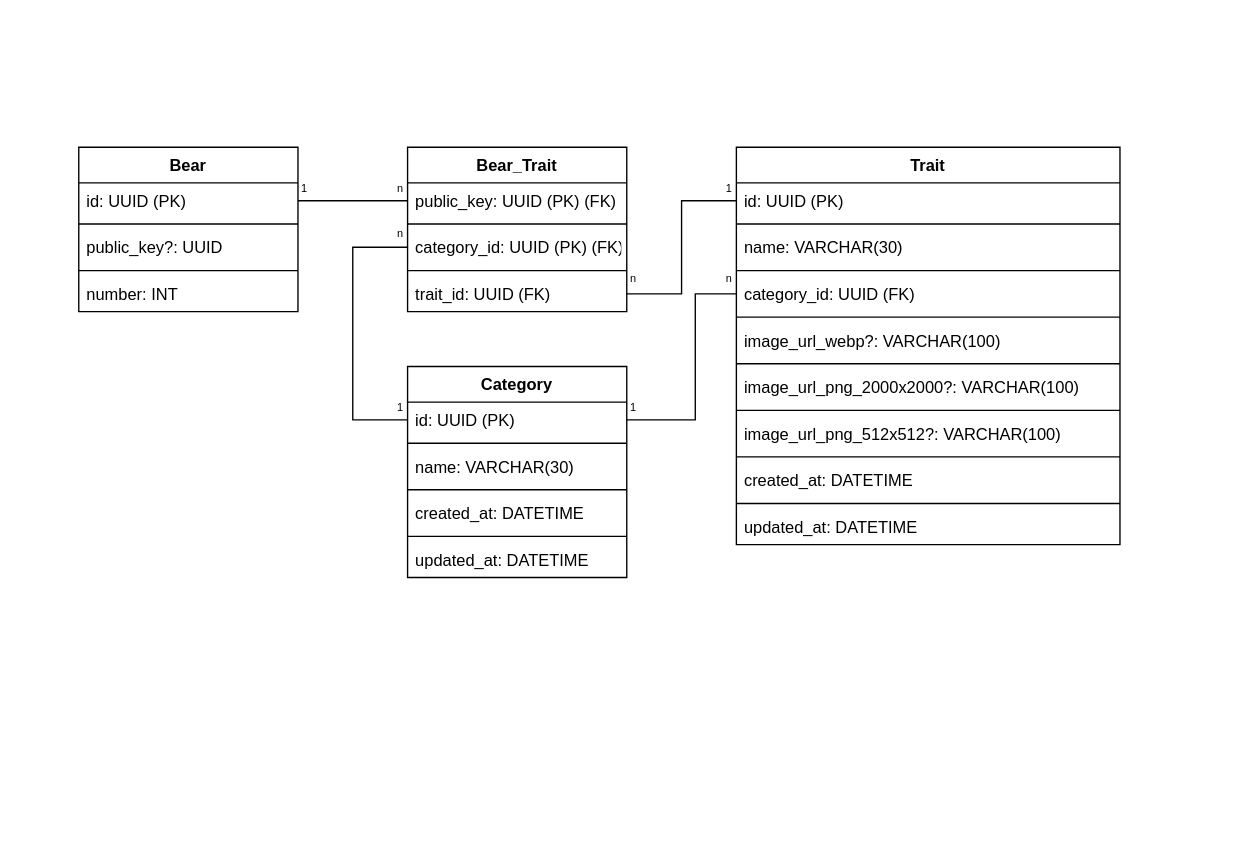
Before: page "Page-1" (1 of 2) of resources/database/uml_er_diagram.drawio in okbcommunity/dressing-room-backend, a draw.io diagram. Source tidied: cells renumbered, new cells numbered last; positions are measured from the earlier drawing's top-left corner, leaving out a move shared by most shapes. Both pictures are drawn from the tidied source at 137%, with x=0, y=0 at pixel (78, 147).
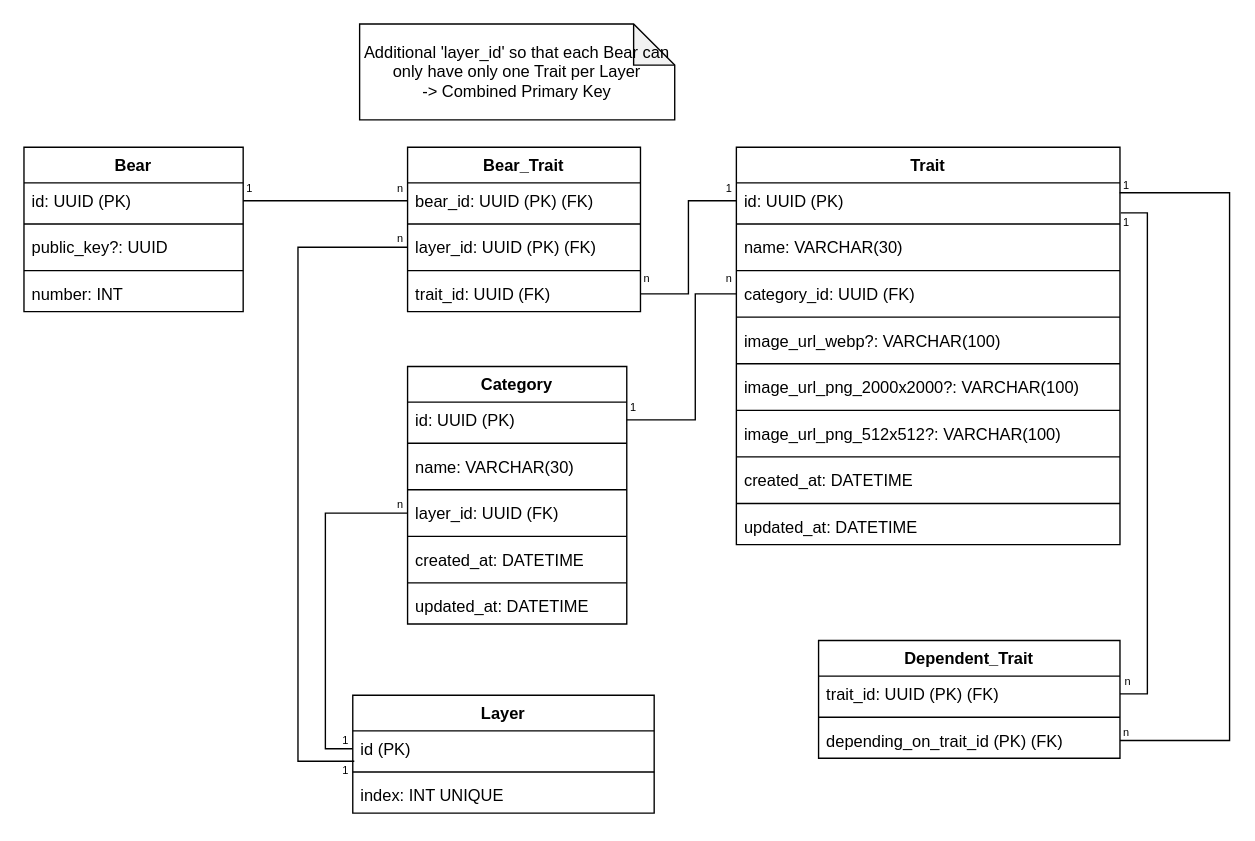
Above is the later version.

The change refers to these unchanged cells:
```xml
<mxCell id="9" value="id: UUID (PK)" style="text;strokeColor=none;fillColor=none;align=left;verticalAlign=top;spacingLeft=4;spacingRight=4;overflow=hidden;points=[[0,0.5],[1,0.5]];portConstraint=eastwest;" parent="8" vertex="1">
  <mxGeometry y="26" width="280" height="26" as="geometry" />
</mxCell>
<mxCell id="25" value="id: UUID (PK)" style="text;strokeColor=none;fillColor=none;align=left;verticalAlign=top;spacingLeft=4;spacingRight=4;overflow=hidden;points=[[0,0.5],[1,0.5]];portConstraint=eastwest;" parent="24" vertex="1">
  <mxGeometry y="26" width="160" height="26" as="geometry" />
</mxCell>
```

Diff of the diagram source:
```diff
@@
     <mxCell id="2" value="Bear" style="swimlane;fontStyle=1;align=center;verticalAlign=top;horizontal=1;startSize=26;" parent="1" vertex="1">
-      <mxGeometry width="160" height="120" as="geometry" />
+      <mxGeometry x="-40" width="160" height="120" as="geometry" />
     </mxCell>
@@
     <mxCell id="24" value="Category" style="swimlane;fontStyle=1;align=center;verticalAlign=top;horizontal=1;startSize=26;" parent="1" vertex="1">
-      <mxGeometry x="240" y="160" width="160" height="154" as="geometry" />
+      <mxGeometry x="240" y="160" width="160" height="188" as="geometry" />
     </mxCell>
@@
+    <mxCell id="50" value="layer_id: UUID (FK)" style="text;strokeColor=none;fillColor=none;align=left;verticalAlign=top;spacingLeft=4;spacingRight=4;overflow=hidden;points=[[0,0.5],[1,0.5]];portConstraint=eastwest;" parent="24" vertex="1">
+      <mxGeometry y="94" width="160" height="26" as="geometry" />
+    </mxCell>
+    <mxCell id="51" style="line;strokeWidth=1;fillColor=none;align=left;verticalAlign=middle;spacingTop=-1;spacingLeft=3;spacingRight=3;labelPosition=right;strokeColor=inherit;" parent="24" vertex="1">
+      <mxGeometry y="120" width="160" height="8" as="geometry" />
+    </mxCell>
     <mxCell id="29" value="created_at: DATETIME" style="text;strokeColor=none;fillColor=none;align=left;verticalAlign=top;spacingLeft=4;spacingRight=4;overflow=hidden;" parent="24" vertex="1">
-      <mxGeometry y="94" width="160" height="26" as="geometry" />
+      <mxGeometry y="128" width="160" height="26" as="geometry" />
     </mxCell>
     <mxCell id="30" style="line;strokeWidth=1;fillColor=none;align=left;verticalAlign=middle;spacingTop=-1;spacingLeft=3;spacingRight=3;labelPosition=right;strokeColor=inherit;" parent="24" vertex="1">
-      <mxGeometry y="120" width="160" height="8" as="geometry" />
+      <mxGeometry y="154" width="160" height="8" as="geometry" />
     </mxCell>
     <mxCell id="31" value="updated_at: DATETIME" style="text;strokeColor=none;fillColor=none;align=left;verticalAlign=top;spacingLeft=4;spacingRight=4;overflow=hidden;" parent="24" vertex="1">
-      <mxGeometry y="128" width="160" height="26" as="geometry" />
+      <mxGeometry y="162" width="160" height="26" as="geometry" />
     </mxCell>
     <mxCell id="32" value="Bear_Trait" style="swimlane;fontStyle=1;align=center;verticalAlign=top;horizontal=1;startSize=26;" parent="1" vertex="1">
-      <mxGeometry x="240" width="160" height="120" as="geometry" />
+      <mxGeometry x="240" width="170" height="120" as="geometry" />
     </mxCell>
-    <mxCell id="33" value="public_key: UUID (PK) (FK)" style="text;strokeColor=none;fillColor=none;align=left;verticalAlign=top;spacingLeft=4;spacingRight=4;overflow=hidden;points=[[0,0.5],[1,0.5]];portConstraint=eastwest;" parent="32" vertex="1">
-      <mxGeometry y="26" width="160" height="26" as="geometry" />
+    <mxCell id="33" value="bear_id: UUID (PK) (FK)" style="text;strokeColor=none;fillColor=none;align=left;verticalAlign=top;spacingLeft=4;spacingRight=4;overflow=hidden;points=[[0,0.5],[1,0.5]];portConstraint=eastwest;" parent="32" vertex="1">
+      <mxGeometry y="26" width="170" height="26" as="geometry" />
     </mxCell>
     <mxCell id="34" style="line;strokeWidth=1;fillColor=none;align=left;verticalAlign=middle;spacingTop=-1;spacingLeft=3;spacingRight=3;labelPosition=right;strokeColor=inherit;" parent="32" vertex="1">
-      <mxGeometry y="52" width="160" height="8" as="geometry" />
+      <mxGeometry y="52" width="170" height="8" as="geometry" />
     </mxCell>
-    <mxCell id="35" value="category_id: UUID (PK) (FK)" style="text;strokeColor=none;fillColor=none;align=left;verticalAlign=top;spacingLeft=4;spacingRight=4;overflow=hidden;points=[[0,0.5],[1,0.5]];portConstraint=eastwest;" parent="32" vertex="1">
-      <mxGeometry y="60" width="160" height="26" as="geometry" />
+    <mxCell id="35" value="layer_id: UUID (PK) (FK)" style="text;strokeColor=none;fillColor=none;align=left;verticalAlign=top;spacingLeft=4;spacingRight=4;overflow=hidden;points=[[0,0.5],[1,0.5]];portConstraint=eastwest;" parent="32" vertex="1">
+      <mxGeometry y="60" width="170" height="26" as="geometry" />
     </mxCell>
     <mxCell id="36" style="line;strokeWidth=1;fillColor=none;align=left;verticalAlign=middle;spacingTop=-1;spacingLeft=3;spacingRight=3;labelPosition=right;strokeColor=inherit;" parent="32" vertex="1">
-      <mxGeometry y="86" width="160" height="8" as="geometry" />
+      <mxGeometry y="86" width="170" height="8" as="geometry" />
     </mxCell>
     <mxCell id="37" value="trait_id: UUID (FK) " style="text;strokeColor=none;fillColor=none;align=left;verticalAlign=top;spacingLeft=4;spacingRight=4;overflow=hidden;points=[[0,0.5],[1,0.5]];portConstraint=eastwest;" parent="32" vertex="1">
-      <mxGeometry y="94" width="160" height="26" as="geometry" />
+      <mxGeometry y="94" width="170" height="26" as="geometry" />
     </mxCell>
@@
-    <mxCell id="40" style="endArrow=none;html=1;rounded=0;exitX=0;exitY=0.5;exitDx=0;exitDy=0;entryX=0;entryY=0.5;entryDx=0;entryDy=0;edgeStyle=orthogonalEdgeStyle;" parent="1" edge="1" source="25" target="35">
+    <mxCell id="40" style="endArrow=none;html=1;rounded=0;entryX=0;entryY=0.5;entryDx=0;entryDy=0;edgeStyle=orthogonalEdgeStyle;exitX=0.005;exitY=0.854;exitDx=0;exitDy=0;exitPerimeter=0;" parent="1" edge="1" source="63" target="35">
       <mxGeometry relative="1" as="geometry">
         <Array as="points">
-          <mxPoint x="200" y="199" />
-          <mxPoint x="200" y="73" />
+          <mxPoint x="160" y="448" />
+          <mxPoint x="160" y="73" />
         </Array>
       </mxGeometry>
     </mxCell>
@@
     <mxCell id="42" value="1" style="text;html=1;strokeColor=none;fillColor=none;align=center;verticalAlign=middle;whiteSpace=wrap;rounded=0;fontSize=8;" parent="1" vertex="1">
-      <mxGeometry x="160" y="20" width="10" height="20" as="geometry" />
+      <mxGeometry x="120" y="20" width="10" height="20" as="geometry" />
     </mxCell>
@@
-    <mxCell id="44" value="1" style="text;html=1;strokeColor=none;fillColor=none;align=center;verticalAlign=middle;whiteSpace=wrap;rounded=0;fontSize=8;" parent="1" vertex="1">
-      <mxGeometry x="230" y="180" width="10" height="20" as="geometry" />
-    </mxCell>
     <mxCell id="45" value="n" style="text;html=1;strokeColor=none;fillColor=none;align=center;verticalAlign=middle;whiteSpace=wrap;rounded=0;fontSize=8;" parent="1" vertex="1">
-      <mxGeometry x="230" y="53" width="10" height="20" as="geometry" />
+      <mxGeometry x="230" y="58" width="10" height="17" as="geometry" />
     </mxCell>
@@
     <mxCell id="47" value="n" style="text;html=1;strokeColor=none;fillColor=none;align=center;verticalAlign=middle;whiteSpace=wrap;rounded=0;fontSize=8;" parent="1" vertex="1">
-      <mxGeometry x="400" y="86" width="10" height="20" as="geometry" />
+      <mxGeometry x="410" y="86" width="10" height="20" as="geometry" />
     </mxCell>
@@
+    <mxCell id="52" value="Dependent_Trait" style="swimlane;fontStyle=1;align=center;verticalAlign=top;horizontal=1;startSize=26;" parent="1" vertex="1">
+      <mxGeometry x="540" y="360" width="220" height="86" as="geometry" />
+    </mxCell>
+    <mxCell id="53" value="trait_id: UUID (PK) (FK)" style="text;strokeColor=none;fillColor=none;align=left;verticalAlign=top;spacingLeft=4;spacingRight=4;overflow=hidden;points=[[0,0.5],[1,0.5]];portConstraint=eastwest;" parent="52" vertex="1">
+      <mxGeometry y="26" width="220" height="26" as="geometry" />
+    </mxCell>
+    <mxCell id="54" style="line;strokeWidth=1;fillColor=none;align=left;verticalAlign=middle;spacingTop=-1;spacingLeft=3;spacingRight=3;labelPosition=right;strokeColor=inherit;" parent="52" vertex="1">
+      <mxGeometry y="52" width="220" height="8" as="geometry" />
+    </mxCell>
+    <mxCell id="55" value="depending_on_trait_id (PK) (FK)" style="text;strokeColor=none;fillColor=none;align=left;verticalAlign=top;spacingLeft=4;spacingRight=4;overflow=hidden;points=[[0,0.5],[1,0.5]];portConstraint=eastwest;" parent="52" vertex="1">
+      <mxGeometry y="60" width="220" height="26" as="geometry" />
+    </mxCell>
+    <mxCell id="56" style="edgeStyle=orthogonalEdgeStyle;rounded=0;jettySize=auto;html=1;entryX=1.002;entryY=0.842;entryDx=0;entryDy=0;endArrow=none;endFill=0;entryPerimeter=0;" parent="1" edge="1" source="53" target="9">
+      <mxGeometry relative="1" as="geometry">
+        <Array as="points">
+          <mxPoint x="780" y="399" />
+          <mxPoint x="780" y="48" />
+        </Array>
+      </mxGeometry>
+    </mxCell>
+    <mxCell id="57" value="n" style="text;html=1;strokeColor=none;fillColor=none;align=center;verticalAlign=middle;whiteSpace=wrap;rounded=0;fontSize=8;" parent="1" vertex="1">
+      <mxGeometry x="761" y="380" width="10" height="20" as="geometry" />
+    </mxCell>
+    <mxCell id="58" value="1" style="text;html=1;strokeColor=none;fillColor=none;align=center;verticalAlign=middle;whiteSpace=wrap;rounded=0;fontSize=8;" parent="1" vertex="1">
+      <mxGeometry x="760" y="45" width="10" height="20" as="geometry" />
+    </mxCell>
+    <mxCell id="59" style="edgeStyle=orthogonalEdgeStyle;rounded=0;jettySize=auto;html=1;entryX=0.999;entryY=0.278;entryDx=0;entryDy=0;entryPerimeter=0;endArrow=none;endFill=0;" parent="1" edge="1" source="55" target="9">
+      <mxGeometry relative="1" as="geometry">
+        <Array as="points">
+          <mxPoint x="840" y="433" />
+          <mxPoint x="840" y="33" />
+        </Array>
+      </mxGeometry>
+    </mxCell>
+    <mxCell id="60" value="1" style="text;html=1;strokeColor=none;fillColor=none;align=center;verticalAlign=middle;whiteSpace=wrap;rounded=0;fontSize=8;" parent="1" vertex="1">
+      <mxGeometry x="760" y="18" width="10" height="20" as="geometry" />
+    </mxCell>
+    <mxCell id="61" value="n" style="text;html=1;strokeColor=none;fillColor=none;align=center;verticalAlign=middle;whiteSpace=wrap;rounded=0;fontSize=8;" parent="1" vertex="1">
+      <mxGeometry x="760" y="417" width="10" height="20" as="geometry" />
+    </mxCell>
+    <mxCell id="62" value="Layer" style="swimlane;fontStyle=1;align=center;verticalAlign=top;horizontal=1;startSize=26;" parent="1" vertex="1">
+      <mxGeometry x="200" y="400" width="220" height="86" as="geometry" />
+    </mxCell>
+    <mxCell id="63" value="id (PK)" style="text;strokeColor=none;fillColor=none;align=left;verticalAlign=top;spacingLeft=4;spacingRight=4;overflow=hidden;points=[[0,0.5],[1,0.5]];portConstraint=eastwest;" parent="62" vertex="1">
+      <mxGeometry y="26" width="220" height="26" as="geometry" />
+    </mxCell>
+    <mxCell id="64" style="line;strokeWidth=1;fillColor=none;align=left;verticalAlign=middle;spacingTop=-1;spacingLeft=3;spacingRight=3;labelPosition=right;strokeColor=inherit;" parent="62" vertex="1">
+      <mxGeometry y="52" width="220" height="8" as="geometry" />
+    </mxCell>
+    <mxCell id="65" value="index: INT UNIQUE" style="text;strokeColor=none;fillColor=none;align=left;verticalAlign=top;spacingLeft=4;spacingRight=4;overflow=hidden;" parent="62" vertex="1">
+      <mxGeometry y="60" width="220" height="26" as="geometry" />
+    </mxCell>
+    <mxCell id="66" value="1" style="text;html=1;strokeColor=none;fillColor=none;align=center;verticalAlign=middle;whiteSpace=wrap;rounded=0;fontSize=8;" parent="1" vertex="1">
+      <mxGeometry x="190" y="446" width="10" height="17" as="geometry" />
+    </mxCell>
+    <mxCell id="67" style="edgeStyle=orthogonalEdgeStyle;rounded=0;jettySize=auto;html=1;exitX=0;exitY=0.5;exitDx=0;exitDy=0;entryX=0;entryY=0.5;entryDx=0;entryDy=0;endArrow=none;endFill=0;" parent="1" edge="1" source="50" target="63">
+      <mxGeometry relative="1" as="geometry" />
+    </mxCell>
+    <mxCell id="68" value="1" style="text;html=1;strokeColor=none;fillColor=none;align=center;verticalAlign=middle;whiteSpace=wrap;rounded=0;fontSize=8;" parent="1" vertex="1">
+      <mxGeometry x="190" y="424" width="10" height="17" as="geometry" />
+    </mxCell>
+    <mxCell id="69" value="n" style="text;html=1;strokeColor=none;fillColor=none;align=center;verticalAlign=middle;whiteSpace=wrap;rounded=0;fontSize=8;" parent="1" vertex="1">
+      <mxGeometry x="230" y="252" width="10" height="17" as="geometry" />
+    </mxCell>
+    <mxCell id="70" value="Additional 'layer_id' so that each Bear can only have only one Trait per Layer&lt;br&gt;-&amp;gt; Combined Primary Key" style="shape=note;whiteSpace=wrap;html=1;backgroundOutline=1;darkOpacity=0.05;" parent="1" vertex="1">
+      <mxGeometry x="205" y="-90" width="230" height="70" as="geometry" />
+    </mxCell>
```
